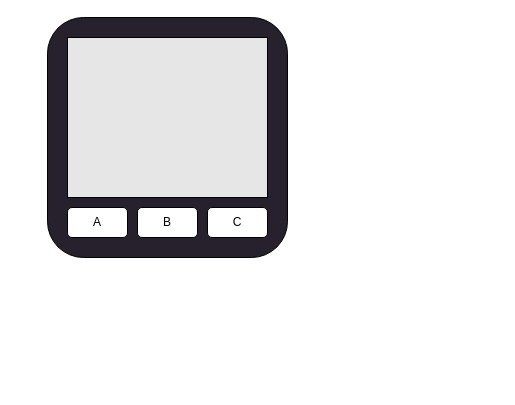
Earlier version of the draw.io diagram docs/m5stack.drawio (sasamisun/M5stackJugyo). Source tidied: cells renumbered, new cells numbered last; positions are measured from the earlier drawing's top-left corner, leaving out a move shared by most shapes. Both pictures are drawn from the tidied source at 100%, with x=0, y=0 at pixel (47, 17).
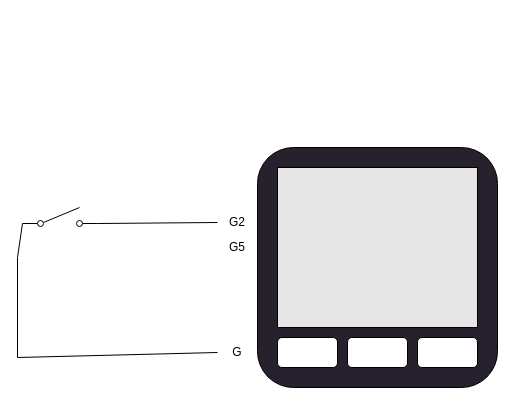
Above is the later version.

Change to the diagram source:
```diff
@@
+    <mxCell id="9" value="G2" style="text;strokeColor=none;align=center;fillColor=none;html=1;verticalAlign=middle;whiteSpace=wrap;rounded=0;" parent="1" vertex="1">
+      <mxGeometry x="170" y="190" width="40" height="30" as="geometry" />
+    </mxCell>
+    <mxCell id="10" value="G5" style="text;strokeColor=none;align=center;fillColor=none;html=1;verticalAlign=middle;whiteSpace=wrap;rounded=0;" parent="1" vertex="1">
+      <mxGeometry x="170" y="215" width="40" height="30" as="geometry" />
+    </mxCell>
+    <mxCell id="11" value="G" style="text;strokeColor=none;align=center;fillColor=none;html=1;verticalAlign=middle;whiteSpace=wrap;rounded=0;" parent="1" vertex="1">
+      <mxGeometry x="170" y="320" width="40" height="30" as="geometry" />
+    </mxCell>
+    <mxCell id="12" style="group;" parent="1" vertex="1">
+      <mxGeometry x="210" y="130" width="240" height="240" as="geometry" />
+    </mxCell>
-    <mxCell id="2" style="rounded=1;whiteSpace=wrap;html=1;fillColor=#26212c;" parent="1" vertex="1">
+    <mxCell id="2" style="rounded=1;whiteSpace=wrap;html=1;fillColor=#26212c;" parent="12" vertex="1">
       <mxGeometry width="240" height="240" as="geometry" />
     </mxCell>
-    <mxCell id="3" style="rounded=1;whiteSpace=wrap;html=1;fillColor=#FFFFFF;" parent="1" vertex="1">
+    <mxCell id="3" style="rounded=1;whiteSpace=wrap;html=1;fillColor=#FFFFFF;" parent="12" vertex="1">
       <mxGeometry x="20" y="190" width="60" height="30" as="geometry" />
     </mxCell>
-    <mxCell id="4" style="rounded=1;whiteSpace=wrap;html=1;fillColor=#FFFFFF;" parent="1" vertex="1">
+    <mxCell id="4" style="rounded=1;whiteSpace=wrap;html=1;fillColor=#FFFFFF;" parent="12" vertex="1">
       <mxGeometry x="90" y="190" width="60" height="30" as="geometry" />
     </mxCell>
-    <mxCell id="5" style="rounded=1;whiteSpace=wrap;html=1;fillColor=#FFFFFF;" parent="1" vertex="1">
+    <mxCell id="5" style="rounded=1;whiteSpace=wrap;html=1;fillColor=#FFFFFF;" parent="12" vertex="1">
       <mxGeometry x="160" y="190" width="60" height="30" as="geometry" />
     </mxCell>
-    <mxCell id="6" style="rounded=0;whiteSpace=wrap;html=1;fillColor=#E6E6E6;" parent="1" vertex="1">
+    <mxCell id="6" style="rounded=0;whiteSpace=wrap;html=1;fillColor=#E6E6E6;" parent="12" vertex="1">
       <mxGeometry x="20" y="20" width="200" height="160" as="geometry" />
     </mxCell>
-    <mxCell id="7" value="&lt;font color=&quot;#000000&quot;&gt;A&lt;/font&gt;" style="text;strokeColor=none;align=center;fillColor=none;html=1;verticalAlign=middle;whiteSpace=wrap;rounded=0;" parent="1" vertex="1">
-      <mxGeometry x="30" y="190" width="40" height="30" as="geometry" />
-    </mxCell>
-    <mxCell id="8" value="&lt;font color=&quot;#000000&quot;&gt;B&lt;/font&gt;" style="text;strokeColor=none;align=center;fillColor=none;html=1;verticalAlign=middle;whiteSpace=wrap;rounded=0;" parent="1" vertex="1">
-      <mxGeometry x="100" y="190" width="40" height="30" as="geometry" />
-    </mxCell>
-    <mxCell id="9" value="&lt;font color=&quot;#000000&quot;&gt;C&lt;/font&gt;" style="text;strokeColor=none;align=center;fillColor=none;html=1;verticalAlign=middle;whiteSpace=wrap;rounded=0;" parent="1" vertex="1">
-      <mxGeometry x="170" y="190" width="40" height="30" as="geometry" />
-    </mxCell>
+    <mxCell id="13" style="edgeStyle=none;html=1;endArrow=none;endFill=0;" parent="1" edge="1">
+      <mxGeometry relative="1" as="geometry">
+        <mxPoint x="-30" y="240" as="sourcePoint" />
+        <mxPoint x="-30" y="340" as="targetPoint" />
+      </mxGeometry>
+    </mxCell>
+    <mxCell id="14" style="edgeStyle=none;html=1;exitX=0;exitY=0.5;exitDx=0;exitDy=0;exitPerimeter=0;entryX=0;entryY=0.54;entryDx=0;entryDy=0;entryPerimeter=0;endArrow=none;endFill=0;" parent="1" edge="1">
+      <mxGeometry relative="1" as="geometry">
+        <mxPoint x="50" y="205" as="sourcePoint" />
+        <mxPoint x="50" y="204.1" as="targetPoint" />
+      </mxGeometry>
+    </mxCell>
+    <mxCell id="15" style="edgeStyle=none;html=1;entryX=0;entryY=0.5;entryDx=0;entryDy=0;endArrow=none;endFill=0;" parent="1" edge="1" target="11">
+      <mxGeometry relative="1" as="geometry">
+        <mxPoint x="-30" y="340" as="sourcePoint" />
+      </mxGeometry>
+    </mxCell>
+    <mxCell id="16" style="edgeStyle=none;html=1;exitX=1;exitY=0.8;exitDx=0;exitDy=0;entryX=0;entryY=0.5;entryDx=0;entryDy=0;endArrow=none;endFill=0;" parent="1" edge="1" source="18" target="9">
+      <mxGeometry relative="1" as="geometry" />
+    </mxCell>
+    <mxCell id="17" style="edgeStyle=none;html=1;exitX=0;exitY=0.8;exitDx=0;exitDy=0;endArrow=none;endFill=0;" parent="1" edge="1" source="18">
+      <mxGeometry relative="1" as="geometry">
+        <mxPoint x="-30" y="240" as="targetPoint" />
+      </mxGeometry>
+    </mxCell>
+    <mxCell id="18" style="shape=mxgraph.electrical.electro-mechanical.singleSwitch;elSwitchState=off;" parent="1" vertex="1">
+      <mxGeometry x="-25" y="190" width="75" height="20" as="geometry" />
+    </mxCell>
```
